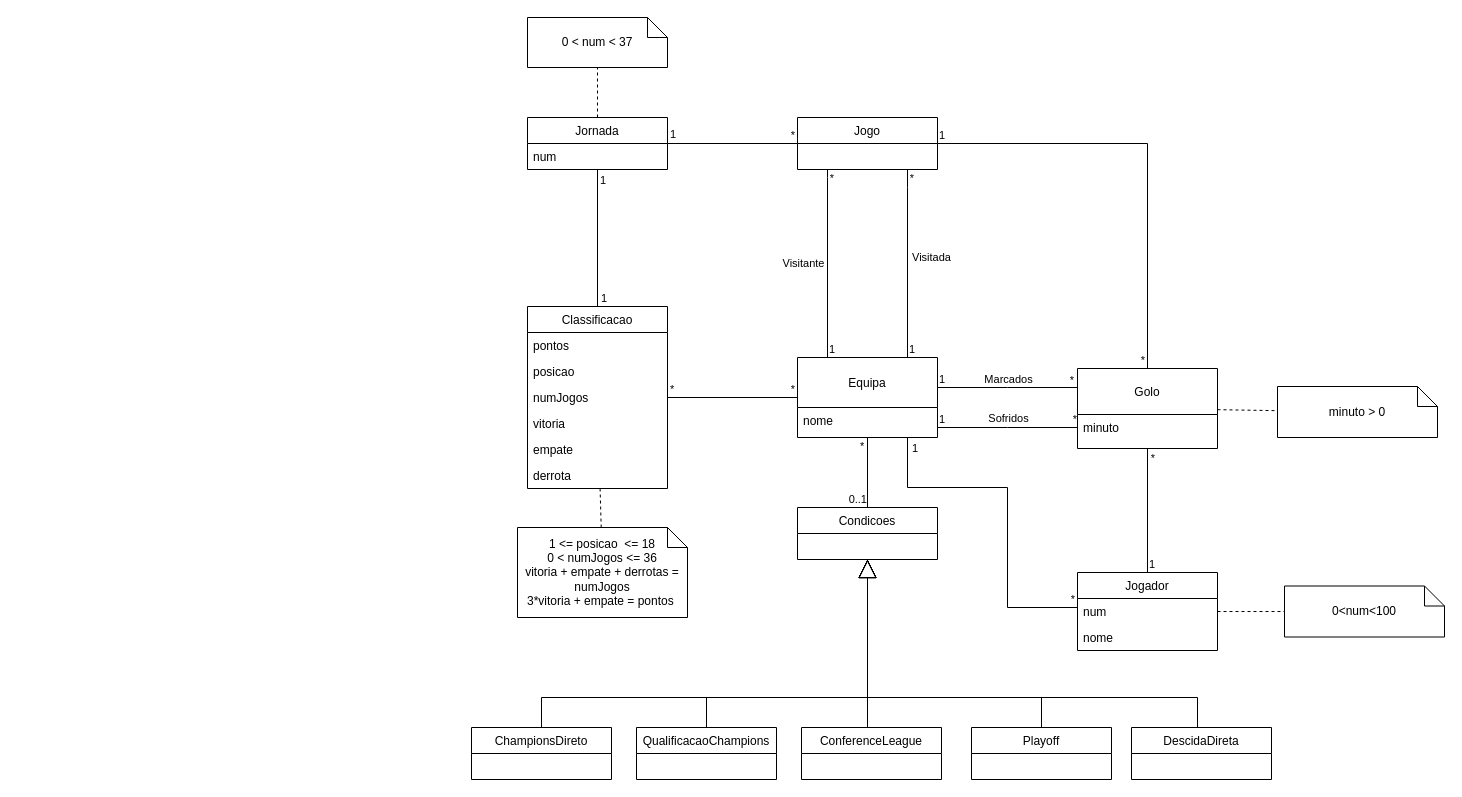
Above: uml/primeira_liga.drawio in jamcunha/feup-bd (draw.io), before the change. Source tidied: cells renumbered, new cells numbered last; positions are measured from the earlier drawing's top-left corner, leaving out a move shared by most shapes. Both pictures are drawn from the tidied source at 100%, with x=0, y=0 at pixel (471, 17).
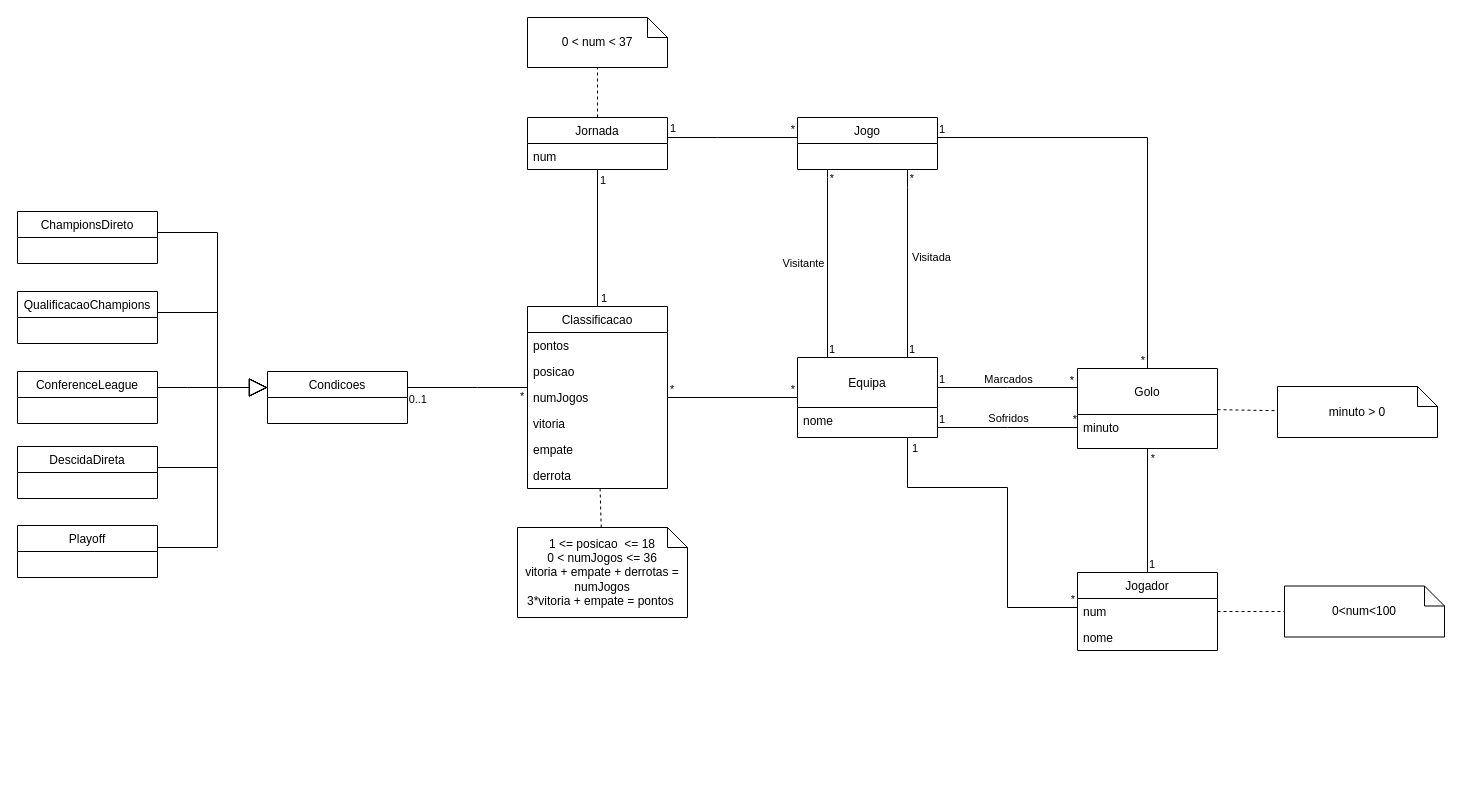
Above is the later version.

Commit message (it also covers changes not shown here):
Mudar UML

Unchanged cells that the change refers to:
```xml
<mxCell id="2" value="Equipa" style="swimlane;fontStyle=0;horizontal=1;startSize=50;fillColor=none;" parent="1" vertex="1">
  <mxGeometry x="326" y="340" width="140" height="80" as="geometry" />
</mxCell>
<mxCell id="8" value="Jogo" style="swimlane;fontStyle=0;horizontal=1;startSize=26;fillColor=none;" parent="1" vertex="1">
  <mxGeometry x="326" y="100" width="140" height="52" as="geometry" />
</mxCell>
<mxCell id="9" value="Golo" style="swimlane;fontStyle=0;horizontal=1;startSize=46;fillColor=none;" parent="1" vertex="1">
  <mxGeometry x="606" y="351" width="140" height="80" as="geometry" />
</mxCell>
<mxCell id="35" value="Classificacao" style="swimlane;fontStyle=0;horizontal=1;startSize=26;fillColor=none;" parent="1" vertex="1">
  <mxGeometry x="56" y="289" width="140" height="182" as="geometry" />
</mxCell>
<mxCell id="45" value="Jornada" style="swimlane;fontStyle=0;horizontal=1;startSize=26;fillColor=none;" parent="1" vertex="1">
  <mxGeometry x="56" y="100" width="140" height="52" as="geometry" />
</mxCell>
```

What changed in the source:
```diff
@@
     <mxCell id="4" value="Condicoes" style="swimlane;fontStyle=0;horizontal=1;startSize=26;fillColor=none;" parent="1" vertex="1">
-      <mxGeometry x="326" y="490" width="140" height="52" as="geometry" />
+      <mxGeometry x="-204" y="354" width="140" height="52" as="geometry" />
     </mxCell>
-    <mxCell id="5" style="endArrow=none;html=1;rounded=0;edgeStyle=orthogonalEdgeStyle;" parent="1" edge="1" source="2" target="4">
-      <mxGeometry relative="1" as="geometry" />
+    <mxCell id="5" style="endArrow=none;html=1;rounded=0;edgeStyle=orthogonalEdgeStyle;" parent="1" edge="1" source="35" target="4">
+      <mxGeometry relative="1" as="geometry">
+        <Array as="points">
+          <mxPoint x="6" y="370" />
+          <mxPoint x="6" y="370" />
+        </Array>
+      </mxGeometry>
     </mxCell>
@@
     <mxCell id="7" value="0..1" style="edgeLabel;html=1;align=right;verticalAlign=bottom;" parent="5" vertex="1">
-      <mxGeometry x="1" relative="1" as="geometry" />
+      <mxGeometry x="1" relative="1" as="geometry">
+        <mxPoint x="20" y="20" as="offset" />
+      </mxGeometry>
     </mxCell>
@@
     <mxCell id="32" style="endArrow=none;html=1;edgeStyle=orthogonalEdgeStyle;rounded=0;" parent="1" edge="1" source="8" target="9">
-      <mxGeometry relative="1" as="geometry" />
+      <mxGeometry relative="1" as="geometry">
+        <Array as="points">
+          <mxPoint x="676" y="120" />
+        </Array>
+      </mxGeometry>
     </mxCell>
@@
     <mxCell id="50" style="endArrow=none;html=1;edgeStyle=orthogonalEdgeStyle;rounded=0;" parent="1" edge="1" source="45" target="8">
-      <mxGeometry relative="1" as="geometry" />
+      <mxGeometry relative="1" as="geometry">
+        <Array as="points">
+          <mxPoint x="246" y="120" />
+          <mxPoint x="246" y="120" />
+        </Array>
+      </mxGeometry>
     </mxCell>
@@
     <mxCell id="65" value="ChampionsDireto" style="swimlane;fontStyle=0;horizontal=1;startSize=26;fillColor=none;" parent="1" vertex="1">
-      <mxGeometry y="710" width="140" height="52" as="geometry" />
+      <mxGeometry x="-454" y="194" width="140" height="52" as="geometry" />
     </mxCell>
     <mxCell id="66" value="ConferenceLeague" style="swimlane;fontStyle=0;horizontal=1;startSize=26;fillColor=none;" parent="1" vertex="1">
-      <mxGeometry x="330" y="710" width="140" height="52" as="geometry" />
+      <mxGeometry x="-454" y="354" width="140" height="52" as="geometry" />
     </mxCell>
     <mxCell id="67" value="Playoff" style="swimlane;fontStyle=0;horizontal=1;startSize=26;fillColor=none;" parent="1" vertex="1">
-      <mxGeometry x="500" y="710" width="140" height="52" as="geometry" />
+      <mxGeometry x="-454" y="508" width="140" height="52" as="geometry" />
     </mxCell>
     <mxCell id="68" value="DescidaDireta" style="swimlane;fontStyle=0;horizontal=1;startSize=26;fillColor=none;" parent="1" vertex="1">
-      <mxGeometry x="660" y="710" width="140" height="52" as="geometry" />
+      <mxGeometry x="-454" y="429" width="140" height="52" as="geometry" />
     </mxCell>
+    <mxCell id="73" value="QualificacaoChampions" style="swimlane;fontStyle=0;horizontal=1;startSize=26;fillColor=none;" parent="1" vertex="1">
+      <mxGeometry x="-454" y="274" width="140" height="52" as="geometry" />
+    </mxCell>
     <mxCell id="69" style="endArrow=block;endSize=16;endFill=0;html=1;rounded=0;edgeStyle=orthogonalEdgeStyle;" parent="1" edge="1" source="65" target="4">
       <mxGeometry relative="1" as="geometry">
         <Array as="points">
-          <mxPoint x="70" y="680" />
-          <mxPoint x="396" y="680" />
+          <mxPoint x="-254" y="215" />
+          <mxPoint x="-254" y="370" />
         </Array>
       </mxGeometry>
     </mxCell>
+    <mxCell id="71" style="endArrow=block;endSize=16;endFill=0;html=1;rounded=0;edgeStyle=orthogonalEdgeStyle;" parent="1" edge="1" source="67" target="4">
+      <mxGeometry relative="1" as="geometry">
+        <Array as="points">
+          <mxPoint x="-254" y="530" />
+          <mxPoint x="-254" y="370" />
+        </Array>
+      </mxGeometry>
+    </mxCell>
+    <mxCell id="74" style="endArrow=block;endSize=16;endFill=0;html=1;rounded=0;edgeStyle=orthogonalEdgeStyle;" parent="1" edge="1" source="73" target="4">
+      <mxGeometry relative="1" as="geometry">
+        <Array as="points">
+          <mxPoint x="-254" y="295" />
+          <mxPoint x="-254" y="370" />
+        </Array>
+      </mxGeometry>
+    </mxCell>
     <mxCell id="70" style="endArrow=block;endSize=16;endFill=0;html=1;rounded=0;edgeStyle=orthogonalEdgeStyle;" parent="1" edge="1" source="66" target="4">
       <mxGeometry relative="1" as="geometry">
         <Array as="points">
-          <mxPoint x="396" y="680" />
-          <mxPoint x="396" y="680" />
+          <mxPoint x="-284" y="370" />
+          <mxPoint x="-284" y="370" />
         </Array>
       </mxGeometry>
     </mxCell>
-    <mxCell id="71" style="endArrow=block;endSize=16;endFill=0;html=1;rounded=0;edgeStyle=orthogonalEdgeStyle;" parent="1" edge="1" source="67" target="4">
-      <mxGeometry relative="1" as="geometry">
-        <Array as="points">
-          <mxPoint x="570" y="680" />
-          <mxPoint x="396" y="680" />
-        </Array>
-      </mxGeometry>
-    </mxCell>
     <mxCell id="72" style="endArrow=block;endSize=16;endFill=0;html=1;rounded=0;edgeStyle=orthogonalEdgeStyle;" parent="1" edge="1" source="68" target="4">
       <mxGeometry relative="1" as="geometry">
         <Array as="points">
-          <mxPoint x="726" y="680" />
-          <mxPoint x="396" y="680" />
+          <mxPoint x="-254" y="450" />
+          <mxPoint x="-254" y="370" />
         </Array>
       </mxGeometry>
     </mxCell>
-    <mxCell id="73" value="QualificacaoChampions" style="swimlane;fontStyle=0;horizontal=1;startSize=26;fillColor=none;" parent="1" vertex="1">
-      <mxGeometry x="165" y="710" width="140" height="52" as="geometry" />
-    </mxCell>
-    <mxCell id="74" style="endArrow=block;endSize=16;endFill=0;html=1;rounded=0;edgeStyle=orthogonalEdgeStyle;" parent="1" edge="1" source="73" target="4">
-      <mxGeometry relative="1" as="geometry">
-        <Array as="points">
-          <mxPoint x="235" y="680" />
-          <mxPoint x="396" y="680" />
-        </Array>
-      </mxGeometry>
-    </mxCell>
```
